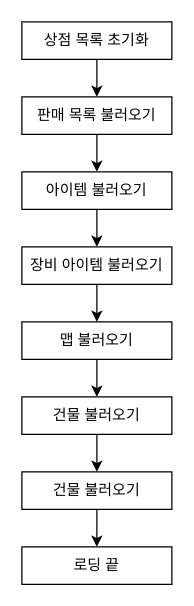
Above: page "마을 불러오기" (6 of 9) of UnderTheVoid.drawio in Vu1pecu1a/UnderTheVoid (draw.io), before the change. Source tidied: cells renumbered, new cells numbered last; positions are measured from the earlier drawing's top-left corner, leaving out a move shared by most shapes. Both pictures are drawn from the tidied source at 125%, with x=0, y=0 at pixel (21, 21).
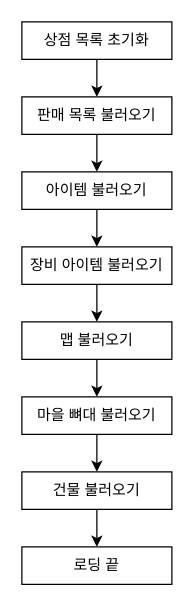
The same page after the edit.

Change to the diagram source:
```diff
@@
 <mxGraphModel>
   <root>
     <mxCell id="0" />
     <mxCell id="1" parent="0" />
     <mxCell id="2" style="edgeStyle=orthogonalEdgeStyle;rounded=0;jettySize=auto;html=1;exitX=0.5;exitY=1;exitDx=0;exitDy=0;" parent="1" edge="1" source="3" target="5">
       <mxGeometry relative="1" as="geometry" />
     </mxCell>
     <mxCell id="3" value="상점 목록 초기화" style="rounded=0;whiteSpace=wrap;html=1;" parent="1" vertex="1">
       <mxGeometry width="120" height="30" as="geometry" />
     </mxCell>
     <mxCell id="4" style="edgeStyle=orthogonalEdgeStyle;rounded=0;jettySize=auto;html=1;" parent="1" edge="1" source="5" target="7">
       <mxGeometry relative="1" as="geometry" />
     </mxCell>
     <mxCell id="5" value="판매 목록 불러오기" style="rounded=0;whiteSpace=wrap;html=1;" parent="1" vertex="1">
       <mxGeometry y="60" width="120" height="30" as="geometry" />
     </mxCell>
     <mxCell id="6" style="edgeStyle=orthogonalEdgeStyle;rounded=0;jettySize=auto;html=1;" parent="1" edge="1" source="7" target="9">
       <mxGeometry relative="1" as="geometry" />
     </mxCell>
     <mxCell id="7" value="아이템 불러오기" style="rounded=0;whiteSpace=wrap;html=1;" parent="1" vertex="1">
       <mxGeometry y="120" width="120" height="30" as="geometry" />
     </mxCell>
     <mxCell id="8" style="edgeStyle=orthogonalEdgeStyle;rounded=0;jettySize=auto;html=1;" parent="1" edge="1" source="9" target="13">
       <mxGeometry relative="1" as="geometry" />
     </mxCell>
     <mxCell id="9" value="장비 아이템 불러오기" style="rounded=0;whiteSpace=wrap;html=1;" parent="1" vertex="1">
       <mxGeometry y="180" width="120" height="30" as="geometry" />
     </mxCell>
     <mxCell id="10" style="edgeStyle=orthogonalEdgeStyle;rounded=0;jettySize=auto;html=1;" parent="1" edge="1" source="11" target="15">
       <mxGeometry relative="1" as="geometry" />
     </mxCell>
-    <mxCell id="11" value="건물 불러오기" style="rounded=0;whiteSpace=wrap;html=1;" parent="1" vertex="1">
+    <mxCell id="11" value="마을 뼈대 불러오기" style="rounded=0;whiteSpace=wrap;html=1;" parent="1" vertex="1">
       <mxGeometry y="300" width="120" height="30" as="geometry" />
     </mxCell>
     <mxCell id="12" style="edgeStyle=orthogonalEdgeStyle;rounded=0;jettySize=auto;html=1;" parent="1" edge="1" source="13" target="11">
       <mxGeometry relative="1" as="geometry" />
     </mxCell>
     <mxCell id="13" value="맵 불러오기" style="rounded=0;whiteSpace=wrap;html=1;" parent="1" vertex="1">
       <mxGeometry y="240" width="120" height="30" as="geometry" />
     </mxCell>
     <mxCell id="14" style="edgeStyle=orthogonalEdgeStyle;rounded=0;jettySize=auto;html=1;" parent="1" edge="1" source="15" target="16">
       <mxGeometry relative="1" as="geometry" />
     </mxCell>
     <mxCell id="15" value="건물 불러오기" style="rounded=0;whiteSpace=wrap;html=1;" parent="1" vertex="1">
       <mxGeometry y="360" width="120" height="30" as="geometry" />
     </mxCell>
     <mxCell id="16" value="로딩 끝" style="rounded=0;whiteSpace=wrap;html=1;" parent="1" vertex="1">
       <mxGeometry y="420" width="120" height="30" as="geometry" />
     </mxCell>
   </root>
 </mxGraphModel>
```
